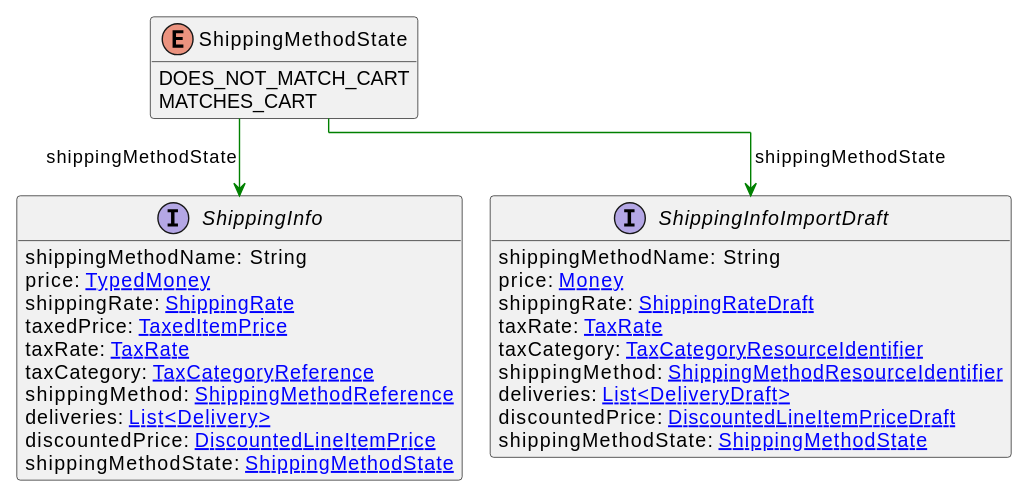
commercetools/commercetools-api-reference keeps this PlantUML diagram as uml/api/svg/ShippingMethodState.svg. Above is the earlier version. Its diagram source:
```plantuml
@startuml
!pragma layout elk
hide methods
enum ShippingMethodState {
    DOES_NOT_MATCH_CART
    MATCHES_CART
}
interface ShippingInfo [[ShippingInfo.svg]]  {
    shippingMethodName: String
    price: [[TypedMoney.svg TypedMoney]]
    shippingRate: [[ShippingRate.svg ShippingRate]]
    taxedPrice: [[TaxedItemPrice.svg TaxedItemPrice]]
    taxRate: [[TaxRate.svg TaxRate]]
    taxCategory: [[TaxCategoryReference.svg TaxCategoryReference]]
    shippingMethod: [[ShippingMethodReference.svg ShippingMethodReference]]
    deliveries: [[Delivery.svg List<Delivery>]]
    discountedPrice: [[DiscountedLineItemPrice.svg DiscountedLineItemPrice]]
    shippingMethodState: [[ShippingMethodState.svg ShippingMethodState]]
}
interface ShippingInfoImportDraft [[ShippingInfoImportDraft.svg]]  {
    shippingMethodName: String
    price: [[Money.svg Money]]
    shippingRate: [[ShippingRateDraft.svg ShippingRateDraft]]
    taxRate: [[TaxRate.svg TaxRate]]
    taxCategory: [[TaxCategoryResourceIdentifier.svg TaxCategoryResourceIdentifier]]
    shippingMethod: [[ShippingMethodResourceIdentifier.svg ShippingMethodResourceIdentifier]]
    deliveries: [[DeliveryDraft.svg List<DeliveryDraft>]]
    discountedPrice: [[DiscountedLineItemPriceDraft.svg DiscountedLineItemPriceDraft]]
    shippingMethodState: [[ShippingMethodState.svg ShippingMethodState]]
}
ShippingMethodState --> ShippingInfo #green;text:green : "shippingMethodState"
ShippingMethodState --> ShippingInfoImportDraft #green;text:green : "shippingMethodState"
@enduml
```
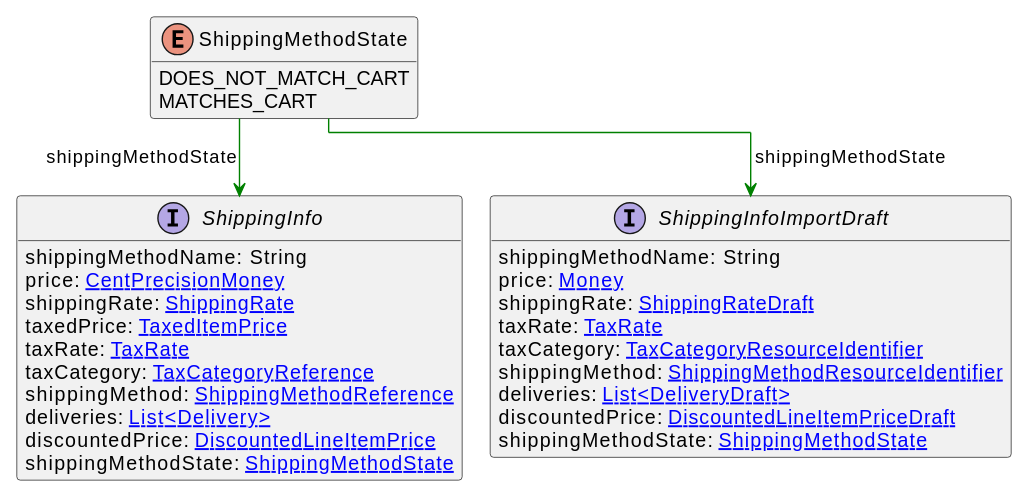
The same diagram one commit later.

The edit, as a diff of the source:
```diff
@@ -7,7 +7,7 @@
 }
 interface ShippingInfo [[ShippingInfo.svg]]  {
     shippingMethodName: String
-    price: [[TypedMoney.svg TypedMoney]]
+    price: [[CentPrecisionMoney.svg CentPrecisionMoney]]
     shippingRate: [[ShippingRate.svg ShippingRate]]
     taxedPrice: [[TaxedItemPrice.svg TaxedItemPrice]]
     taxRate: [[TaxRate.svg TaxRate]]
```
